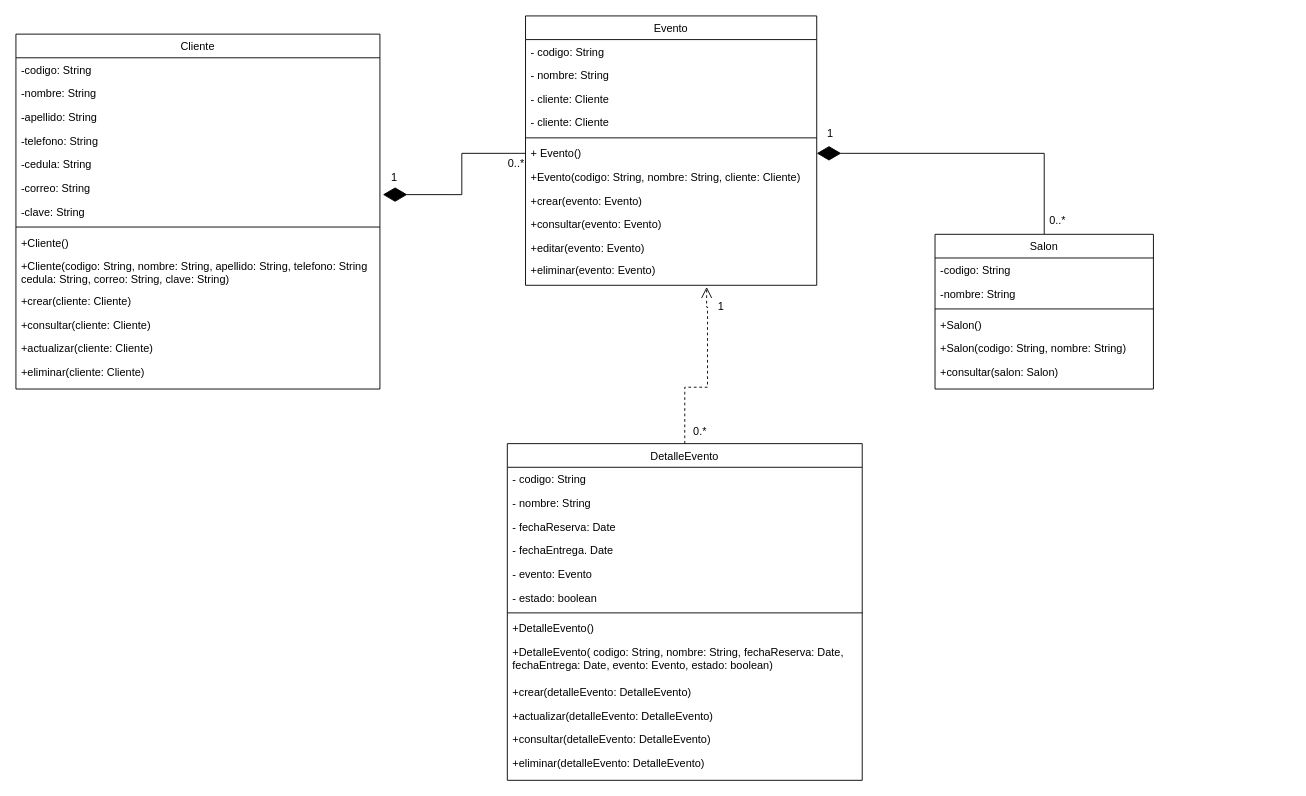
The draw.io diagram Documentacion/Diagrama de clases/Diagrama_Clases.drawio in F3liP3L/Proyect-Cindy, before the edit. Source tidied: cells renumbered, new cells numbered last; positions are measured from the earlier drawing's top-left corner, leaving out a move shared by most shapes. Both pictures are drawn from the tidied source at 91%, with x=0, y=0 at pixel (15, 15).
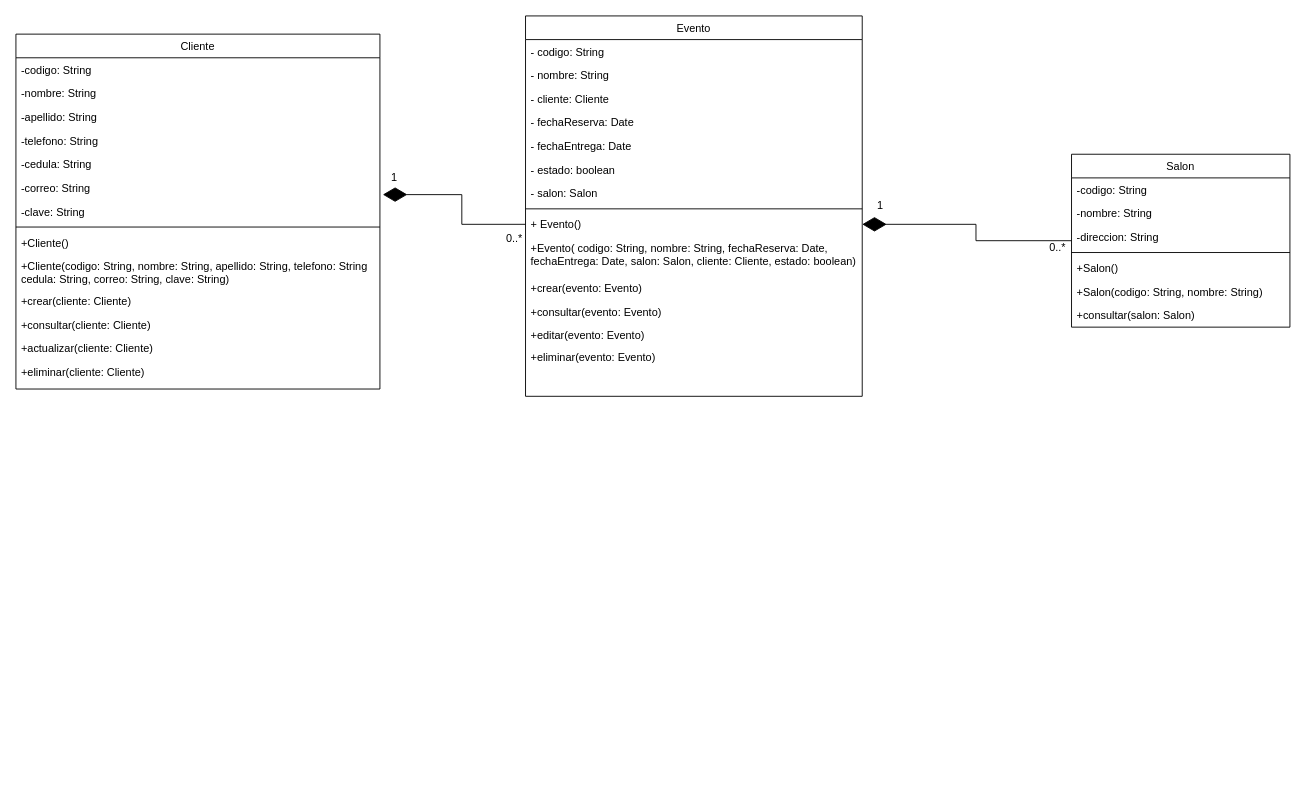
The same page after the edit.

Change to the diagram source:
```diff
@@
     <mxCell id="17" value="Evento" style="swimlane;fontStyle=0;align=center;verticalAlign=top;horizontal=1;startSize=26;rounded=0;shadow=0;strokeWidth=1;" parent="1" vertex="1">
-      <mxGeometry x="560" width="320" height="296" as="geometry" />
+      <mxGeometry x="560" width="370" height="418" as="geometry" />
     </mxCell>
     <mxCell id="18" value="- codigo: String" style="text;align=left;verticalAlign=top;spacingLeft=4;spacingRight=4;overflow=hidden;" parent="17" vertex="1">
-      <mxGeometry y="26" width="320" height="26" as="geometry" />
+      <mxGeometry y="26" width="370" height="26" as="geometry" />
     </mxCell>
     <mxCell id="19" value="- nombre: String" style="text;align=left;verticalAlign=top;spacingLeft=4;spacingRight=4;overflow=hidden;rounded=0;shadow=0;html=0;" parent="17" vertex="1">
-      <mxGeometry y="52" width="320" height="26" as="geometry" />
+      <mxGeometry y="52" width="370" height="26" as="geometry" />
     </mxCell>
     <mxCell id="20" value="- cliente: Cliente" style="text;align=left;verticalAlign=top;spacingLeft=4;spacingRight=4;overflow=hidden;rounded=0;shadow=0;html=0;" parent="17" vertex="1">
-      <mxGeometry y="78" width="320" height="26" as="geometry" />
+      <mxGeometry y="78" width="370" height="26" as="geometry" />
     </mxCell>
-    <mxCell id="21" value="- cliente: Cliente" style="text;align=left;verticalAlign=top;spacingLeft=4;spacingRight=4;overflow=hidden;rounded=0;shadow=0;html=0;" parent="17" vertex="1">
-      <mxGeometry y="104" width="320" height="26" as="geometry" />
+    <mxCell id="21" value="- fechaReserva: Date" style="text;align=left;verticalAlign=top;spacingLeft=4;spacingRight=4;overflow=hidden;rounded=0;shadow=0;html=0;" parent="17" vertex="1">
+      <mxGeometry y="104" width="370" height="26" as="geometry" />
     </mxCell>
+    <mxCell id="59" value="- fechaEntrega: Date" style="text;align=left;verticalAlign=top;spacingLeft=4;spacingRight=4;overflow=hidden;rounded=0;shadow=0;html=0;" parent="17" vertex="1">
+      <mxGeometry y="130" width="370" height="26" as="geometry" />
+    </mxCell>
+    <mxCell id="44" value="- estado: boolean" style="text;align=left;verticalAlign=top;spacingLeft=4;spacingRight=4;overflow=hidden;rounded=0;shadow=0;html=0;" parent="17" vertex="1">
+      <mxGeometry y="156" width="370" height="26" as="geometry" />
+    </mxCell>
+    <mxCell id="60" value="- salon: Salon" style="text;align=left;verticalAlign=top;spacingLeft=4;spacingRight=4;overflow=hidden;rounded=0;shadow=0;html=0;" parent="17" vertex="1">
+      <mxGeometry y="182" width="370" height="26" as="geometry" />
+    </mxCell>
     <mxCell id="22" style="line;html=1;strokeWidth=1;align=left;verticalAlign=middle;spacingTop=-1;spacingLeft=3;spacingRight=3;labelPosition=right;" parent="17" vertex="1">
-      <mxGeometry y="130" width="320" height="8" as="geometry" />
+      <mxGeometry y="208" width="370" height="8" as="geometry" />
     </mxCell>
     <mxCell id="23" value="+ Evento()" style="text;align=left;verticalAlign=top;spacingLeft=4;spacingRight=4;overflow=hidden;points=[[0,0.5],[1,0.5]];portConstraint=eastwest;" parent="17" vertex="1">
-      <mxGeometry y="138" width="320" height="26" as="geometry" />
+      <mxGeometry y="216" width="370" height="26" as="geometry" />
     </mxCell>
-    <mxCell id="24" value="+Evento(codigo: String, nombre: String, cliente: Cliente)" style="text;align=left;verticalAlign=top;spacingLeft=4;spacingRight=4;overflow=hidden;" parent="17" vertex="1">
-      <mxGeometry y="164" width="320" height="26" as="geometry" />
-    </mxCell>
+    <mxCell id="61" value="+Evento( codigo: String, nombre: String, fechaReserva: Date,&#10;fechaEntrega: Date, salon: Salon, cliente: Cliente, estado: boolean)" style="text;align=left;verticalAlign=top;spacingLeft=4;spacingRight=4;overflow=hidden;" parent="17" vertex="1">
+      <mxGeometry y="242" width="370" height="44" as="geometry" />
+    </mxCell>
     <mxCell id="25" value="+crear(evento: Evento)" style="text;align=left;verticalAlign=top;spacingLeft=4;spacingRight=4;overflow=hidden;" parent="17" vertex="1">
-      <mxGeometry y="190" width="320" height="26" as="geometry" />
+      <mxGeometry y="286" width="370" height="26" as="geometry" />
     </mxCell>
     <mxCell id="26" value="+consultar(evento: Evento)" style="text;align=left;verticalAlign=top;spacingLeft=4;spacingRight=4;overflow=hidden;" parent="17" vertex="1">
-      <mxGeometry y="216" width="320" height="26" as="geometry" />
+      <mxGeometry y="312" width="370" height="26" as="geometry" />
     </mxCell>
     <mxCell id="27" value="+editar(evento: Evento)" style="text;align=left;verticalAlign=top;spacingLeft=4;spacingRight=4;overflow=hidden;" parent="17" vertex="1">
-      <mxGeometry y="242" width="320" height="24" as="geometry" />
+      <mxGeometry y="338" width="370" height="24" as="geometry" />
     </mxCell>
     <mxCell id="28" value="+eliminar(evento: Evento)" style="text;align=left;verticalAlign=top;spacingLeft=4;spacingRight=4;overflow=hidden;points=[[0,0.5],[1,0.5]];portConstraint=eastwest;" parent="17" vertex="1">
-      <mxGeometry y="266" width="320" height="30" as="geometry" />
+      <mxGeometry y="362" width="370" height="30" as="geometry" />
     </mxCell>
@@
     <mxCell id="30" value="Salon&#10;" style="swimlane;fontStyle=0;align=center;verticalAlign=top;horizontal=1;startSize=26;rounded=0;shadow=0;strokeWidth=1;" parent="1" vertex="1">
-      <mxGeometry x="1010" y="240" width="240" height="170" as="geometry" />
+      <mxGeometry x="1160" y="152" width="240" height="190" as="geometry" />
     </mxCell>
@@
+    <mxCell id="62" value="-direccion: String" style="text;align=left;verticalAlign=top;spacingLeft=4;spacingRight=4;overflow=hidden;rounded=0;shadow=0;html=0;" parent="30" vertex="1">
+      <mxGeometry y="78" width="240" height="26" as="geometry" />
+    </mxCell>
     <mxCell id="33" style="line;html=1;strokeWidth=1;align=left;verticalAlign=middle;spacingTop=-1;spacingLeft=3;spacingRight=3;labelPosition=right;" parent="30" vertex="1">
-      <mxGeometry y="78" width="240" height="8" as="geometry" />
+      <mxGeometry y="104" width="240" height="8" as="geometry" />
     </mxCell>
     <mxCell id="34" value="+Salon()" style="text;align=left;verticalAlign=top;spacingLeft=4;spacingRight=4;overflow=hidden;" parent="30" vertex="1">
-      <mxGeometry y="86" width="240" height="26" as="geometry" />
+      <mxGeometry y="112" width="240" height="26" as="geometry" />
     </mxCell>
     <mxCell id="35" value="+Salon(codigo: String, nombre: String)" style="text;align=left;verticalAlign=top;spacingLeft=4;spacingRight=4;overflow=hidden;" parent="30" vertex="1">
-      <mxGeometry y="112" width="240" height="26" as="geometry" />
+      <mxGeometry y="138" width="240" height="26" as="geometry" />
     </mxCell>
     <mxCell id="36" value="+consultar(salon: Salon)" style="text;align=left;verticalAlign=top;spacingLeft=4;spacingRight=4;overflow=hidden;" parent="30" vertex="1">
-      <mxGeometry y="138" width="240" height="26" as="geometry" />
+      <mxGeometry y="164" width="240" height="26" as="geometry" />
     </mxCell>
-    <mxCell id="37" style="edgeStyle=orthogonalEdgeStyle;rounded=0;jettySize=auto;html=1;entryX=0.622;entryY=1.061;entryDx=0;entryDy=0;entryPerimeter=0;strokeWidth=1;startArrow=none;startFill=0;endArrow=open;endFill=0;endSize=10;dashed=1;" parent="1" edge="1" source="38" target="28">
-      <mxGeometry relative="1" as="geometry">
-        <Array as="points">
-          <mxPoint x="735" y="408" />
-          <mxPoint x="760" y="408" />
-          <mxPoint x="760" y="320" />
-          <mxPoint x="759" y="320" />
-        </Array>
-      </mxGeometry>
-    </mxCell>
-    <mxCell id="38" value="DetalleEvento" style="swimlane;fontStyle=0;align=center;verticalAlign=top;horizontal=1;startSize=26;rounded=0;shadow=0;strokeWidth=1;" parent="1" vertex="1">
-      <mxGeometry x="540" y="470" width="390" height="370" as="geometry" />
-    </mxCell>
-    <mxCell id="39" value="- codigo: String" style="text;align=left;verticalAlign=top;spacingLeft=4;spacingRight=4;overflow=hidden;" parent="38" vertex="1">
-      <mxGeometry y="26" width="390" height="26" as="geometry" />
-    </mxCell>
-    <mxCell id="40" value="- nombre: String" style="text;align=left;verticalAlign=top;spacingLeft=4;spacingRight=4;overflow=hidden;rounded=0;shadow=0;html=0;" parent="38" vertex="1">
-      <mxGeometry y="52" width="390" height="26" as="geometry" />
-    </mxCell>
-    <mxCell id="41" value="- fechaReserva: Date" style="text;align=left;verticalAlign=top;spacingLeft=4;spacingRight=4;overflow=hidden;rounded=0;shadow=0;html=0;" parent="38" vertex="1">
-      <mxGeometry y="78" width="390" height="26" as="geometry" />
-    </mxCell>
-    <mxCell id="42" value="- fechaEntrega. Date" style="text;align=left;verticalAlign=top;spacingLeft=4;spacingRight=4;overflow=hidden;rounded=0;shadow=0;html=0;" parent="38" vertex="1">
-      <mxGeometry y="104" width="390" height="26" as="geometry" />
-    </mxCell>
-    <mxCell id="43" value="- evento: Evento" style="text;align=left;verticalAlign=top;spacingLeft=4;spacingRight=4;overflow=hidden;rounded=0;shadow=0;html=0;" parent="38" vertex="1">
-      <mxGeometry y="130" width="390" height="26" as="geometry" />
-    </mxCell>
-    <mxCell id="44" value="- estado: boolean" style="text;align=left;verticalAlign=top;spacingLeft=4;spacingRight=4;overflow=hidden;rounded=0;shadow=0;html=0;" parent="38" vertex="1">
-      <mxGeometry y="156" width="390" height="26" as="geometry" />
-    </mxCell>
-    <mxCell id="45" style="line;html=1;strokeWidth=1;align=left;verticalAlign=middle;spacingTop=-1;spacingLeft=3;spacingRight=3;labelPosition=right;" parent="38" vertex="1">
-      <mxGeometry y="182" width="390" height="8" as="geometry" />
-    </mxCell>
-    <mxCell id="46" value="+DetalleEvento()" style="text;align=left;verticalAlign=top;spacingLeft=4;spacingRight=4;overflow=hidden;" parent="38" vertex="1">
-      <mxGeometry y="190" width="390" height="26" as="geometry" />
-    </mxCell>
-    <mxCell id="47" value="+DetalleEvento( codigo: String, nombre: String, fechaReserva: Date,&#10;fechaEntrega: Date, evento: Evento, estado: boolean)" style="text;align=left;verticalAlign=top;spacingLeft=4;spacingRight=4;overflow=hidden;" parent="38" vertex="1">
-      <mxGeometry y="216" width="390" height="44" as="geometry" />
-    </mxCell>
-    <mxCell id="48" value="+crear(detalleEvento: DetalleEvento)" style="text;align=left;verticalAlign=top;spacingLeft=4;spacingRight=4;overflow=hidden;" parent="38" vertex="1">
-      <mxGeometry y="260" width="390" height="26" as="geometry" />
-    </mxCell>
-    <mxCell id="49" value="+actualizar(detalleEvento: DetalleEvento)" style="text;align=left;verticalAlign=top;spacingLeft=4;spacingRight=4;overflow=hidden;" parent="38" vertex="1">
-      <mxGeometry y="286" width="390" height="26" as="geometry" />
-    </mxCell>
-    <mxCell id="50" value="+consultar(detalleEvento: DetalleEvento)" style="text;align=left;verticalAlign=top;spacingLeft=4;spacingRight=4;overflow=hidden;" parent="38" vertex="1">
-      <mxGeometry y="312" width="390" height="26" as="geometry" />
-    </mxCell>
-    <mxCell id="51" value="+eliminar(detalleEvento: DetalleEvento)" style="text;align=left;verticalAlign=top;spacingLeft=4;spacingRight=4;overflow=hidden;" parent="38" vertex="1">
-      <mxGeometry y="338" width="390" height="26" as="geometry" />
-    </mxCell>
@@
     <mxCell id="53" value="0..*" style="text;html=1;strokeColor=none;fillColor=none;align=center;verticalAlign=middle;whiteSpace=wrap;rounded=0;" parent="1" vertex="1">
-      <mxGeometry x="1130" y="210" width="30" height="30" as="geometry" />
+      <mxGeometry x="1130" y="240" width="30" height="30" as="geometry" />
     </mxCell>
     <mxCell id="54" value="1" style="text;html=1;strokeColor=none;fillColor=none;align=center;verticalAlign=middle;whiteSpace=wrap;rounded=0;" parent="1" vertex="1">
-      <mxGeometry x="885" y="120" width="20" height="20" as="geometry" />
+      <mxGeometry x="940" y="199" width="20" height="20" as="geometry" />
     </mxCell>
@@
     <mxCell id="56" value="0..*" style="text;html=1;strokeColor=none;fillColor=none;align=center;verticalAlign=middle;whiteSpace=wrap;rounded=0;" parent="1" vertex="1">
-      <mxGeometry x="540" y="152" width="20" height="20" as="geometry" />
+      <mxGeometry x="538" y="235" width="20" height="20" as="geometry" />
     </mxCell>
-    <mxCell id="57" value="0.*" style="text;html=1;strokeColor=none;fillColor=none;align=center;verticalAlign=middle;whiteSpace=wrap;rounded=0;" parent="1" vertex="1">
-      <mxGeometry x="737" y="447" width="30" height="20" as="geometry" />
-    </mxCell>
-    <mxCell id="58" value="1" style="text;html=1;strokeColor=none;fillColor=none;align=center;verticalAlign=middle;whiteSpace=wrap;rounded=0;" parent="1" vertex="1">
-      <mxGeometry x="760" y="310" width="30" height="20" as="geometry" />
-    </mxCell>
```
